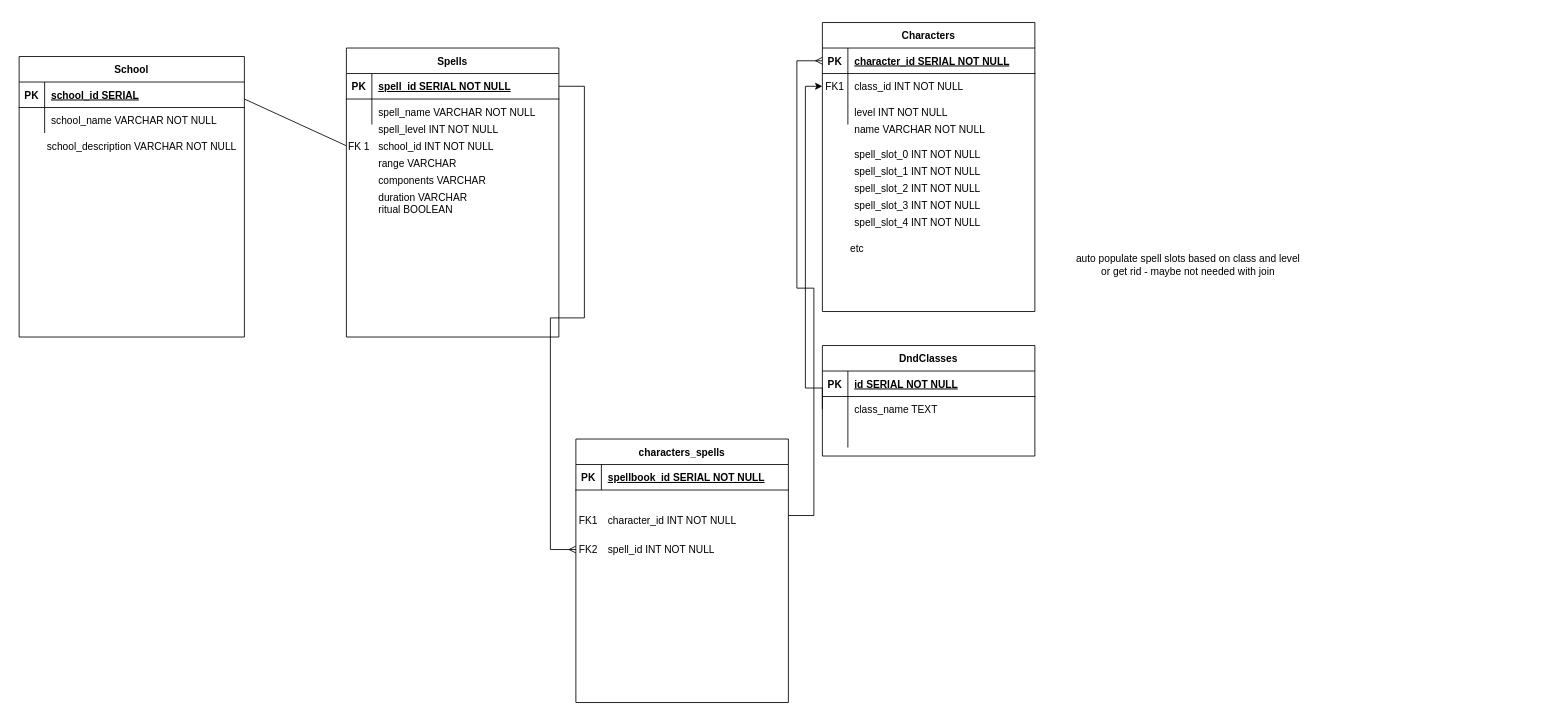
Before: ProjectERDiagram.drawio in anandlakhani9/BNTA_backend_project, a draw.io diagram. Source tidied: cells renumbered, new cells numbered last; positions are measured from the earlier drawing's top-left corner, leaving out a move shared by most shapes. Both pictures are drawn from the tidied source at 85%, with x=0, y=0 at pixel (14, 22).
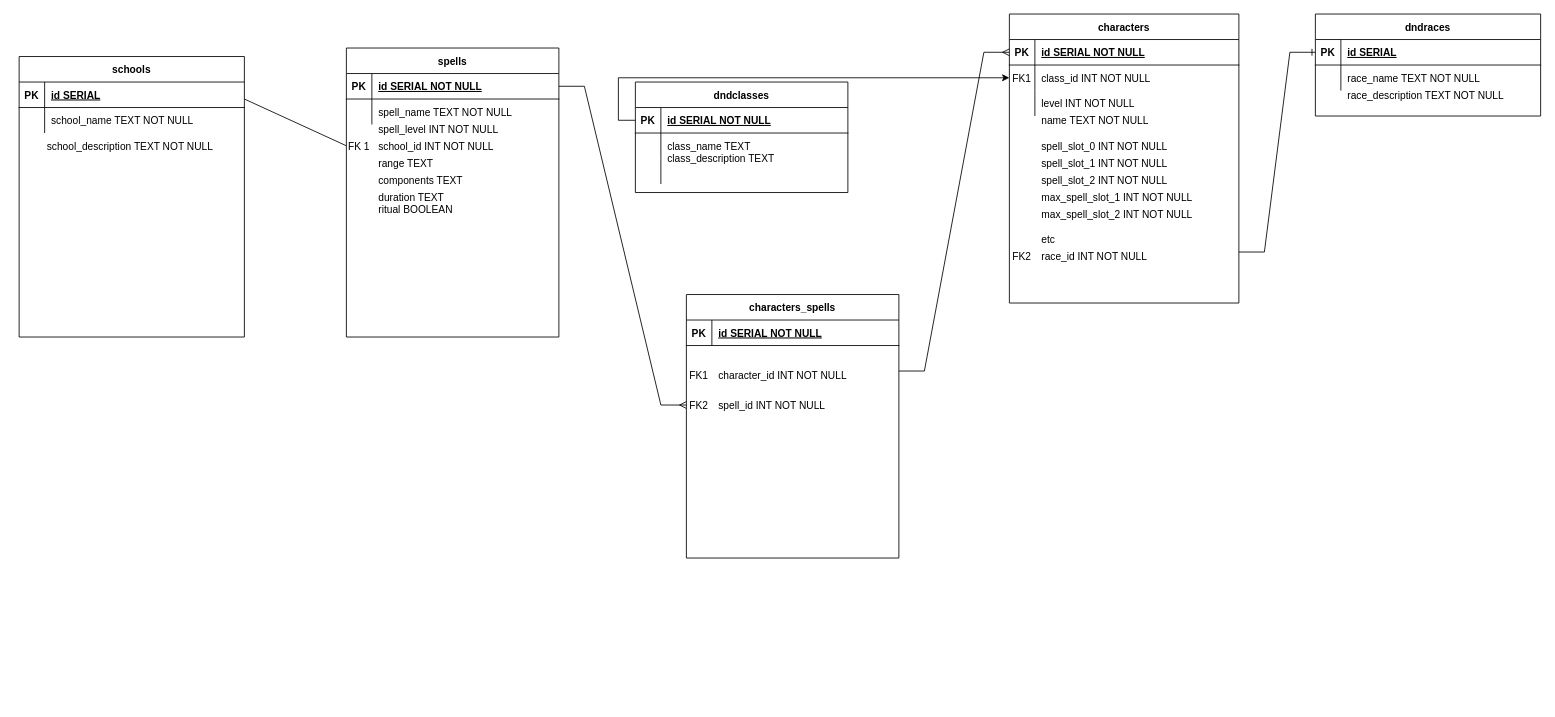
The same diagram, later.

Commit message (it also covers changes not shown here):
updated er diagram and tweaked sql accordingly

The change refers to these unchanged cells:
```xml
<mxCell id="13" style="shape=partialRectangle;fillColor=none;points=[[0,0.5],[1,0.5]];portConstraint=eastwest;top=0;left=0;right=0;bottom=1;" parent="12" vertex="1">
  <mxGeometry y="30" width="250" height="30" as="geometry" />
</mxCell>
<mxCell id="16" style="shape=partialRectangle;fillColor=none;points=[[0,0.5],[1,0.5]];portConstraint=eastwest;top=0;left=0;right=0;bottom=0;" parent="12" vertex="1">
  <mxGeometry y="60" width="250" height="30" as="geometry" />
</mxCell>
<mxCell id="23" style="shape=partialRectangle;fillColor=none;points=[[0,0.5],[1,0.5]];portConstraint=eastwest;top=0;left=0;right=0;bottom=1;" parent="22" vertex="1">
  <mxGeometry y="30" width="250" height="30" as="geometry" />
</mxCell>
<mxCell id="26" style="shape=partialRectangle;fillColor=none;top=0;left=0;right=0;bottom=0;" parent="22" vertex="1">
  <mxGeometry y="60" width="250" height="30" as="geometry" />
</mxCell>
<mxCell id="50" style="shape=partialRectangle;fillColor=none;top=0;left=0;right=0;bottom=1;" parent="49" vertex="1">
  <mxGeometry y="30" width="265" height="30" as="geometry" />
</mxCell>
<mxCell id="53" style="shape=partialRectangle;fillColor=none;top=0;left=0;right=0;bottom=0;" parent="49" vertex="1">
  <mxGeometry y="60" width="265" height="30" as="geometry" />
</mxCell>
<mxCell id="56" style="shape=partialRectangle;fillColor=none;top=0;left=0;right=0;bottom=0;" parent="1" vertex="1">
  <mxGeometry y="130" width="270" height="30" as="geometry" />
</mxCell>
<mxCell id="59" style="shape=partialRectangle;fillColor=none;top=0;left=0;right=0;bottom=0;" parent="1" vertex="1">
  <mxGeometry x="390" y="150" width="250" height="30" as="geometry" />
</mxCell>
<mxCell id="62" style="shape=partialRectangle;fillColor=none;top=0;left=0;right=0;bottom=0;" parent="1" vertex="1">
  <mxGeometry x="390" y="170" width="250" height="30" as="geometry" />
</mxCell>
<mxCell id="65" style="shape=partialRectangle;fillColor=none;top=0;left=0;right=0;bottom=0;" parent="1" vertex="1">
  <mxGeometry x="390" y="175" width="250" height="30" as="geometry" />
</mxCell>
<mxCell id="70" style="shape=partialRectangle;fillColor=none;top=0;left=0;right=0;bottom=1;" parent="69" vertex="1">
  <mxGeometry y="30" width="250" height="30" as="geometry" />
</mxCell>
```

Diff of the diagram source:
```diff
@@
-    <mxCell id="2" value="Characters" style="shape=table;startSize=30;childLayout=tableLayout;rowLines=0;fontStyle=1;align=center;" parent="1" vertex="1">
-      <mxGeometry x="950" width="250" height="340" as="geometry" />
+    <mxCell id="2" value="characters" style="shape=table;startSize=30;childLayout=tableLayout;rowLines=0;fontStyle=1;align=center;" parent="1" vertex="1">
+      <mxGeometry x="1170" y="-10" width="270" height="340" as="geometry" />
     </mxCell>
     <mxCell id="3" style="shape=partialRectangle;fillColor=none;points=[[0,0.5],[1,0.5]];portConstraint=eastwest;top=0;left=0;right=0;bottom=1;" parent="2" vertex="1">
-      <mxGeometry y="30" width="250" height="30" as="geometry" />
+      <mxGeometry y="30" width="270" height="30" as="geometry" />
     </mxCell>
@@
-    <mxCell id="5" value="character_id SERIAL NOT NULL" style="shape=partialRectangle;overflow=hidden;fillColor=none;top=0;left=0;bottom=0;right=0;align=left;spacingLeft=6;fontStyle=5;" parent="3" vertex="1">
-      <mxGeometry x="30" width="220" height="30" as="geometry" />
+    <mxCell id="5" value="id SERIAL NOT NULL" style="shape=partialRectangle;overflow=hidden;fillColor=none;top=0;left=0;bottom=0;right=0;align=left;spacingLeft=6;fontStyle=5;" parent="3" vertex="1">
+      <mxGeometry x="30" width="240" height="30" as="geometry" />
     </mxCell>
     <mxCell id="6" style="shape=partialRectangle;fillColor=none;points=[[0,0.5],[1,0.5]];portConstraint=eastwest;top=0;left=0;right=0;bottom=0;" parent="2" vertex="1">
-      <mxGeometry y="60" width="250" height="30" as="geometry" />
+      <mxGeometry y="60" width="270" height="30" as="geometry" />
     </mxCell>
@@
     <mxCell id="8" value="class_id INT NOT NULL" style="shape=partialRectangle;overflow=hidden;fillColor=none;top=0;left=0;bottom=0;right=0;align=left;spacingLeft=6;" parent="6" vertex="1">
-      <mxGeometry x="30" width="220" height="30" as="geometry" />
+      <mxGeometry x="30" width="240" height="30" as="geometry" />
     </mxCell>
     <mxCell id="9" style="shape=partialRectangle;fillColor=none;top=0;left=0;right=0;bottom=0;" parent="2" vertex="1">
-      <mxGeometry y="90" width="250" height="30" as="geometry" />
+      <mxGeometry y="90" width="270" height="30" as="geometry" />
     </mxCell>
@@
     <mxCell id="11" value="level INT NOT NULL" style="shape=partialRectangle;overflow=hidden;fillColor=none;top=0;left=0;bottom=0;right=0;align=left;spacingLeft=6;" parent="9" vertex="1">
-      <mxGeometry x="30" width="220" height="30" as="geometry" />
+      <mxGeometry x="30" width="240" height="30" as="geometry" />
     </mxCell>
-    <mxCell id="12" value="DndClasses" style="shape=table;startSize=30;childLayout=tableLayout;rowLines=0;fontStyle=1;align=center;" parent="1" vertex="1">
-      <mxGeometry x="950" y="380" width="250" height="130" as="geometry" />
+    <mxCell id="12" value="dndclasses" style="shape=table;startSize=30;childLayout=tableLayout;rowLines=0;fontStyle=1;align=center;" parent="1" vertex="1">
+      <mxGeometry x="730" y="70" width="250" height="130" as="geometry" />
     </mxCell>
@@
-    <mxCell id="22" value="Spells" style="shape=table;startSize=30;childLayout=tableLayout;rowLines=0;fontStyle=1;align=center;" parent="1" vertex="1">
+    <mxCell id="22" value="spells" style="shape=table;startSize=30;childLayout=tableLayout;rowLines=0;fontStyle=1;align=center;" parent="1" vertex="1">
       <mxGeometry x="390" y="30" width="250" height="340" as="geometry" />
     </mxCell>
@@
-    <mxCell id="25" value="spell_id SERIAL NOT NULL" style="shape=partialRectangle;overflow=hidden;fillColor=none;top=0;left=0;bottom=0;right=0;align=left;spacingLeft=6;fontStyle=5;" parent="23" vertex="1">
+    <mxCell id="25" value="id SERIAL NOT NULL" style="shape=partialRectangle;overflow=hidden;fillColor=none;top=0;left=0;bottom=0;right=0;align=left;spacingLeft=6;fontStyle=5;" parent="23" vertex="1">
       <mxGeometry x="30" width="220" height="30" as="geometry" />
     </mxCell>
@@
-    <mxCell id="28" value="spell_name VARCHAR NOT NULL" style="shape=partialRectangle;overflow=hidden;fillColor=none;top=0;left=0;bottom=0;right=0;align=left;spacingLeft=6;" parent="26" vertex="1">
+    <mxCell id="28" value="spell_name TEXT NOT NULL" style="shape=partialRectangle;overflow=hidden;fillColor=none;top=0;left=0;bottom=0;right=0;align=left;spacingLeft=6;" parent="26" vertex="1">
       <mxGeometry x="30" width="220" height="30" as="geometry" />
     </mxCell>
     <mxCell id="29" style="shape=partialRectangle;fillColor=none;top=0;left=0;right=0;bottom=0;" parent="1" vertex="1">
-      <mxGeometry x="950" y="140" width="250" height="30" as="geometry" />
+      <mxGeometry x="1170" y="130" width="250" height="30" as="geometry" />
     </mxCell>
@@
     <mxCell id="32" style="shape=partialRectangle;fillColor=none;top=0;left=0;right=0;bottom=0;" parent="1" vertex="1">
-      <mxGeometry x="950" y="160" width="250" height="30" as="geometry" />
+      <mxGeometry x="1170" y="150" width="250" height="30" as="geometry" />
     </mxCell>
@@
     <mxCell id="35" style="shape=partialRectangle;fillColor=none;top=0;left=0;right=0;bottom=0;" parent="1" vertex="1">
-      <mxGeometry x="960" y="170" width="250" height="30" as="geometry" />
+      <mxGeometry x="1180" y="160" width="250" height="30" as="geometry" />
     </mxCell>
@@
     <mxCell id="37" value="spell_slot_2 INT NOT NULL" style="shape=partialRectangle;overflow=hidden;fillColor=none;top=0;left=0;bottom=0;right=0;align=left;spacingLeft=6;" parent="1" vertex="1">
-      <mxGeometry x="980" y="180" width="220" height="30" as="geometry" />
+      <mxGeometry x="1200" y="170" width="220" height="30" as="geometry" />
     </mxCell>
-    <mxCell id="38" value="spell_slot_3 INT NOT NULL" style="shape=partialRectangle;overflow=hidden;fillColor=none;top=0;left=0;bottom=0;right=0;align=left;spacingLeft=6;" parent="1" vertex="1">
-      <mxGeometry x="980" y="200" width="220" height="30" as="geometry" />
+    <mxCell id="38" value="max_spell_slot_1 INT NOT NULL" style="shape=partialRectangle;overflow=hidden;fillColor=none;top=0;left=0;bottom=0;right=0;align=left;spacingLeft=6;" parent="1" vertex="1">
+      <mxGeometry x="1200" y="190" width="220" height="30" as="geometry" />
     </mxCell>
-    <mxCell id="39" value="spell_slot_4 INT NOT NULL" style="shape=partialRectangle;overflow=hidden;fillColor=none;top=0;left=0;bottom=0;right=0;align=left;spacingLeft=6;" parent="1" vertex="1">
-      <mxGeometry x="980" y="220" width="220" height="30" as="geometry" />
+    <mxCell id="39" value="max_spell_slot_2 INT NOT NULL" style="shape=partialRectangle;overflow=hidden;fillColor=none;top=0;left=0;bottom=0;right=0;align=left;spacingLeft=6;" parent="1" vertex="1">
+      <mxGeometry x="1200" y="210" width="220" height="30" as="geometry" />
     </mxCell>
     <mxCell id="40" value="etc" style="shape=partialRectangle;overflow=hidden;fillColor=none;top=0;left=0;bottom=0;right=0;align=left;spacingLeft=6;" parent="1" vertex="1">
-      <mxGeometry x="975" y="250" width="220" height="30" as="geometry" />
+      <mxGeometry x="1200" y="240" width="220" height="30" as="geometry" />
     </mxCell>
-    <mxCell id="41" value="auto populate spell slots based on class and level&lt;br&gt;or get rid - maybe not needed with join" style="text;html=1;align=center;verticalAlign=middle;strokeColor=none;fillColor=none;" parent="1" vertex="1">
-      <mxGeometry x="1240" y="270" width="280" height="30" as="geometry" />
-    </mxCell>
-    <mxCell id="42" value="name VARCHAR NOT NULL" style="shape=partialRectangle;overflow=hidden;fillColor=none;top=0;left=0;bottom=0;right=0;align=left;spacingLeft=6;" parent="1" vertex="1">
-      <mxGeometry x="980" y="110" width="220" height="30" as="geometry" />
+    <mxCell id="42" value="name TEXT NOT NULL" style="shape=partialRectangle;overflow=hidden;fillColor=none;top=0;left=0;bottom=0;right=0;align=left;spacingLeft=6;" parent="1" vertex="1">
+      <mxGeometry x="1200" y="100" width="220" height="30" as="geometry" />
     </mxCell>
@@
-    <mxCell id="49" value="School" style="shape=table;startSize=30;childLayout=tableLayout;rowLines=0;fontStyle=1;align=center;" parent="1" vertex="1">
+    <mxCell id="49" value="schools" style="shape=table;startSize=30;childLayout=tableLayout;rowLines=0;fontStyle=1;align=center;" parent="1" vertex="1">
       <mxGeometry x="5" y="40" width="265" height="330" as="geometry" />
     </mxCell>
@@
-    <mxCell id="52" value="school_id SERIAL" style="shape=partialRectangle;overflow=hidden;fillColor=none;top=0;left=0;bottom=0;right=0;align=left;spacingLeft=6;fontStyle=5;" parent="50" vertex="1">
+    <mxCell id="52" value="id SERIAL" style="shape=partialRectangle;overflow=hidden;fillColor=none;top=0;left=0;bottom=0;right=0;align=left;spacingLeft=6;fontStyle=5;" parent="50" vertex="1">
       <mxGeometry x="30" width="235" height="30" as="geometry" />
     </mxCell>
@@
-    <mxCell id="55" value="school_name VARCHAR NOT NULL" style="shape=partialRectangle;overflow=hidden;fillColor=none;top=0;left=0;bottom=0;right=0;align=left;spacingLeft=6;" parent="53" vertex="1">
+    <mxCell id="55" value="school_name TEXT NOT NULL" style="shape=partialRectangle;overflow=hidden;fillColor=none;top=0;left=0;bottom=0;right=0;align=left;spacingLeft=6;" parent="53" vertex="1">
       <mxGeometry x="30" width="235" height="30" as="geometry" />
     </mxCell>
@@
-    <mxCell id="58" value="school_description VARCHAR NOT NULL" style="shape=partialRectangle;overflow=hidden;fillColor=none;top=0;left=0;bottom=0;right=0;align=left;spacingLeft=6;" parent="56" vertex="1">
+    <mxCell id="58" value="school_description TEXT NOT NULL" style="shape=partialRectangle;overflow=hidden;fillColor=none;top=0;left=0;bottom=0;right=0;align=left;spacingLeft=6;" parent="56" vertex="1">
       <mxGeometry x="30" width="240" height="30" as="geometry" />
     </mxCell>
@@
-    <mxCell id="61" value="range VARCHAR" style="shape=partialRectangle;overflow=hidden;fillColor=none;top=0;left=0;bottom=0;right=0;align=left;spacingLeft=6;" parent="59" vertex="1">
+    <mxCell id="61" value="range TEXT" style="shape=partialRectangle;overflow=hidden;fillColor=none;top=0;left=0;bottom=0;right=0;align=left;spacingLeft=6;" parent="59" vertex="1">
       <mxGeometry x="30" width="220" height="30" as="geometry" />
     </mxCell>
@@
-    <mxCell id="64" value="components VARCHAR" style="shape=partialRectangle;overflow=hidden;fillColor=none;top=0;left=0;bottom=0;right=0;align=left;spacingLeft=6;" parent="62" vertex="1">
+    <mxCell id="64" value="components TEXT" style="shape=partialRectangle;overflow=hidden;fillColor=none;top=0;left=0;bottom=0;right=0;align=left;spacingLeft=6;" parent="62" vertex="1">
       <mxGeometry x="30" width="220" height="30" as="geometry" />
     </mxCell>
@@
-    <mxCell id="67" value="duration VARCHAR" style="shape=partialRectangle;overflow=hidden;fillColor=none;top=0;left=0;bottom=0;right=0;align=left;spacingLeft=6;" parent="65" vertex="1">
+    <mxCell id="67" value="duration TEXT" style="shape=partialRectangle;overflow=hidden;fillColor=none;top=0;left=0;bottom=0;right=0;align=left;spacingLeft=6;" parent="65" vertex="1">
       <mxGeometry x="30" y="15" width="220" height="30" as="geometry" />
     </mxCell>
-    <mxCell id="68" style="edgeStyle=orthogonalEdgeStyle;rounded=0;jettySize=auto;html=1;exitX=0;exitY=0.5;exitDx=0;exitDy=0;entryX=0;entryY=0.5;entryDx=0;entryDy=0;" parent="1" edge="1" source="16" target="6">
-      <mxGeometry relative="1" as="geometry">
-        <Array as="points">
-          <mxPoint x="950" y="430" />
-          <mxPoint x="930" y="430" />
-          <mxPoint x="930" y="75" />
-        </Array>
-      </mxGeometry>
-    </mxCell>
     <mxCell id="69" value="characters_spells" style="shape=table;startSize=30;childLayout=tableLayout;rowLines=0;fontStyle=1;align=center;" parent="1" vertex="1">
-      <mxGeometry x="660" y="490" width="250" height="310" as="geometry" />
+      <mxGeometry x="790" y="320" width="250" height="310" as="geometry" />
     </mxCell>
@@
-    <mxCell id="72" value="spellbook_id SERIAL NOT NULL" style="shape=partialRectangle;overflow=hidden;fillColor=none;top=0;left=0;bottom=0;right=0;align=left;spacingLeft=6;fontStyle=5;" parent="70" vertex="1">
+    <mxCell id="72" value="id SERIAL NOT NULL" style="shape=partialRectangle;overflow=hidden;fillColor=none;top=0;left=0;bottom=0;right=0;align=left;spacingLeft=6;fontStyle=5;" parent="70" vertex="1">
       <mxGeometry x="30" width="220" height="30" as="geometry" />
     </mxCell>
     <mxCell id="73" value="FK1" style="shape=partialRectangle;overflow=hidden;fillColor=none;top=0;left=0;bottom=0;right=0;" parent="1" vertex="1">
-      <mxGeometry x="660" y="570" width="30" height="30" as="geometry" />
+      <mxGeometry x="790" y="400" width="30" height="30" as="geometry" />
     </mxCell>
     <mxCell id="74" value="character_id INT NOT NULL" style="shape=partialRectangle;overflow=hidden;fillColor=none;top=0;left=0;bottom=0;right=0;align=left;spacingLeft=6;" parent="1" vertex="1">
-      <mxGeometry x="690" y="570" width="220" height="30" as="geometry" />
+      <mxGeometry x="820" y="400" width="220" height="30" as="geometry" />
     </mxCell>
     <mxCell id="75" value="FK2" style="shape=partialRectangle;overflow=hidden;fillColor=none;top=0;left=0;bottom=0;right=0;" parent="1" vertex="1">
-      <mxGeometry x="660" y="605" width="30" height="30" as="geometry" />
+      <mxGeometry x="790" y="435" width="30" height="30" as="geometry" />
     </mxCell>
     <mxCell id="76" value="spell_id INT NOT NULL" style="shape=partialRectangle;overflow=hidden;fillColor=none;top=0;left=0;bottom=0;right=0;align=left;spacingLeft=6;" parent="1" vertex="1">
-      <mxGeometry x="690" y="605" width="220" height="30" as="geometry" />
+      <mxGeometry x="820" y="435" width="220" height="30" as="geometry" />
     </mxCell>
@@
     <mxCell id="79" style="edgeStyle=entityRelationEdgeStyle;fontSize=12;html=1;endArrow=ERmany;rounded=0;exitX=1;exitY=0.5;exitDx=0;exitDy=0;" parent="1" edge="1" source="23">
       <mxGeometry relative="1" as="geometry">
-        <mxPoint x="660" y="620" as="targetPoint" />
+        <mxPoint x="790" y="450" as="targetPoint" />
       </mxGeometry>
     </mxCell>
     <mxCell id="80" style="edgeStyle=entityRelationEdgeStyle;fontSize=12;html=1;endArrow=ERmany;rounded=0;entryX=0;entryY=0.5;entryDx=0;entryDy=0;" parent="1" edge="1" target="3">
       <mxGeometry relative="1" as="geometry">
-        <mxPoint x="910" y="580" as="sourcePoint" />
+        <mxPoint x="1040" y="410" as="sourcePoint" />
       </mxGeometry>
     </mxCell>
+    <mxCell id="81" style="edgeStyle=orthogonalEdgeStyle;rounded=0;jettySize=auto;html=1;exitX=0;exitY=0.5;exitDx=0;exitDy=0;entryX=0;entryY=0.5;entryDx=0;entryDy=0;" parent="1" edge="1" source="13" target="6">
+      <mxGeometry relative="1" as="geometry" />
+    </mxCell>
+    <mxCell id="82" value="dndraces" style="shape=table;startSize=30;childLayout=tableLayout;rowLines=0;fontStyle=1;align=center;" parent="1" vertex="1">
+      <mxGeometry x="1530" y="-10" width="265" height="120" as="geometry" />
+    </mxCell>
+    <mxCell id="83" style="shape=partialRectangle;fillColor=none;points=[[0,0.5],[1,0.5]];portConstraint=eastwest;top=0;left=0;right=0;bottom=1;" parent="82" vertex="1">
+      <mxGeometry y="30" width="265" height="30" as="geometry" />
+    </mxCell>
+    <mxCell id="84" value="PK" style="shape=partialRectangle;overflow=hidden;fillColor=none;top=0;left=0;bottom=0;right=0;fontStyle=1;" parent="83" vertex="1">
+      <mxGeometry width="30" height="30" as="geometry" />
+    </mxCell>
+    <mxCell id="85" value="id SERIAL" style="shape=partialRectangle;overflow=hidden;fillColor=none;top=0;left=0;bottom=0;right=0;align=left;spacingLeft=6;fontStyle=5;" parent="83" vertex="1">
+      <mxGeometry x="30" width="235" height="30" as="geometry" />
+    </mxCell>
+    <mxCell id="86" style="shape=partialRectangle;fillColor=none;top=0;left=0;right=0;bottom=0;" parent="82" vertex="1">
+      <mxGeometry y="60" width="265" height="30" as="geometry" />
+    </mxCell>
+    <mxCell id="87" style="shape=partialRectangle;overflow=hidden;fillColor=none;top=0;left=0;bottom=0;right=0;" parent="86" vertex="1">
+      <mxGeometry width="30" height="30" as="geometry" />
+    </mxCell>
+    <mxCell id="88" value="race_name TEXT NOT NULL" style="shape=partialRectangle;overflow=hidden;fillColor=none;top=0;left=0;bottom=0;right=0;align=left;spacingLeft=6;" parent="86" vertex="1">
+      <mxGeometry x="30" width="235" height="30" as="geometry" />
+    </mxCell>
+    <mxCell id="89" style="shape=partialRectangle;fillColor=none;top=0;left=0;right=0;bottom=0;" parent="1" vertex="1">
+      <mxGeometry x="1530" y="70" width="265" height="30" as="geometry" />
+    </mxCell>
+    <mxCell id="90" style="shape=partialRectangle;overflow=hidden;fillColor=none;top=0;left=0;bottom=0;right=0;" parent="89" vertex="1">
+      <mxGeometry width="30" height="30" as="geometry" />
+    </mxCell>
+    <mxCell id="91" value="race_description TEXT NOT NULL" style="shape=partialRectangle;overflow=hidden;fillColor=none;top=0;left=0;bottom=0;right=0;align=left;spacingLeft=6;" parent="89" vertex="1">
+      <mxGeometry x="30" width="235" height="30" as="geometry" />
+    </mxCell>
+    <mxCell id="92" value="race_id INT NOT NULL" style="shape=partialRectangle;overflow=hidden;fillColor=none;top=0;left=0;bottom=0;right=0;align=left;spacingLeft=6;" parent="1" vertex="1">
+      <mxGeometry x="1200" y="260" width="220" height="30" as="geometry" />
+    </mxCell>
+    <mxCell id="93" value="FK2" style="shape=partialRectangle;overflow=hidden;fillColor=none;top=0;left=0;bottom=0;right=0;" parent="1" vertex="1">
+      <mxGeometry x="1170" y="260" width="30" height="30" as="geometry" />
+    </mxCell>
+    <mxCell id="94" style="edgeStyle=entityRelationEdgeStyle;fontSize=12;html=1;endArrow=ERone;endFill=1;rounded=0;entryX=0;entryY=0.5;entryDx=0;entryDy=0;" parent="1" edge="1" target="83">
+      <mxGeometry relative="1" as="geometry">
+        <mxPoint x="1440" y="270" as="sourcePoint" />
+      </mxGeometry>
+    </mxCell>
+    <mxCell id="95" style="shape=partialRectangle;fillColor=none;top=0;left=0;right=0;bottom=0;" parent="1" vertex="1">
+      <mxGeometry x="730" y="145" width="250" height="30" as="geometry" />
+    </mxCell>
+    <mxCell id="96" style="shape=partialRectangle;overflow=hidden;fillColor=none;top=0;left=0;bottom=0;right=0;" parent="95" vertex="1">
+      <mxGeometry width="30" height="30" as="geometry" />
+    </mxCell>
+    <mxCell id="97" value="class_description TEXT" style="shape=partialRectangle;overflow=hidden;fillColor=none;top=0;left=0;bottom=0;right=0;align=left;spacingLeft=6;" parent="95" vertex="1">
+      <mxGeometry x="30" width="220" height="30" as="geometry" />
+    </mxCell>
```
